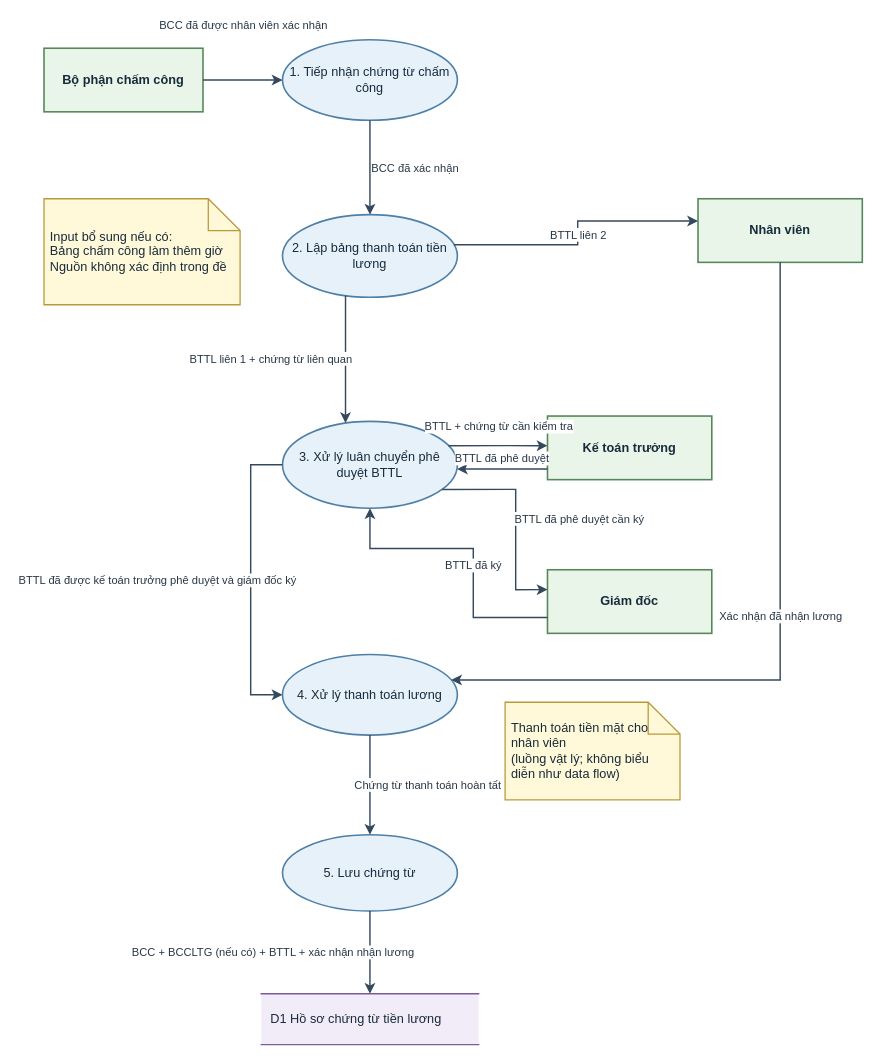
This is assets/drawio/03_payroll_payment_dfd.drawio from saigonbaddielover/thtrang, a draw.io file, before an edit. Source tidied: cells renumbered, new cells numbered last; positions are measured from the earlier drawing's top-left corner, leaving out a move shared by most shapes. Both pictures are drawn from the tidied source at 106%, with x=0, y=0 at pixel (43, 39).
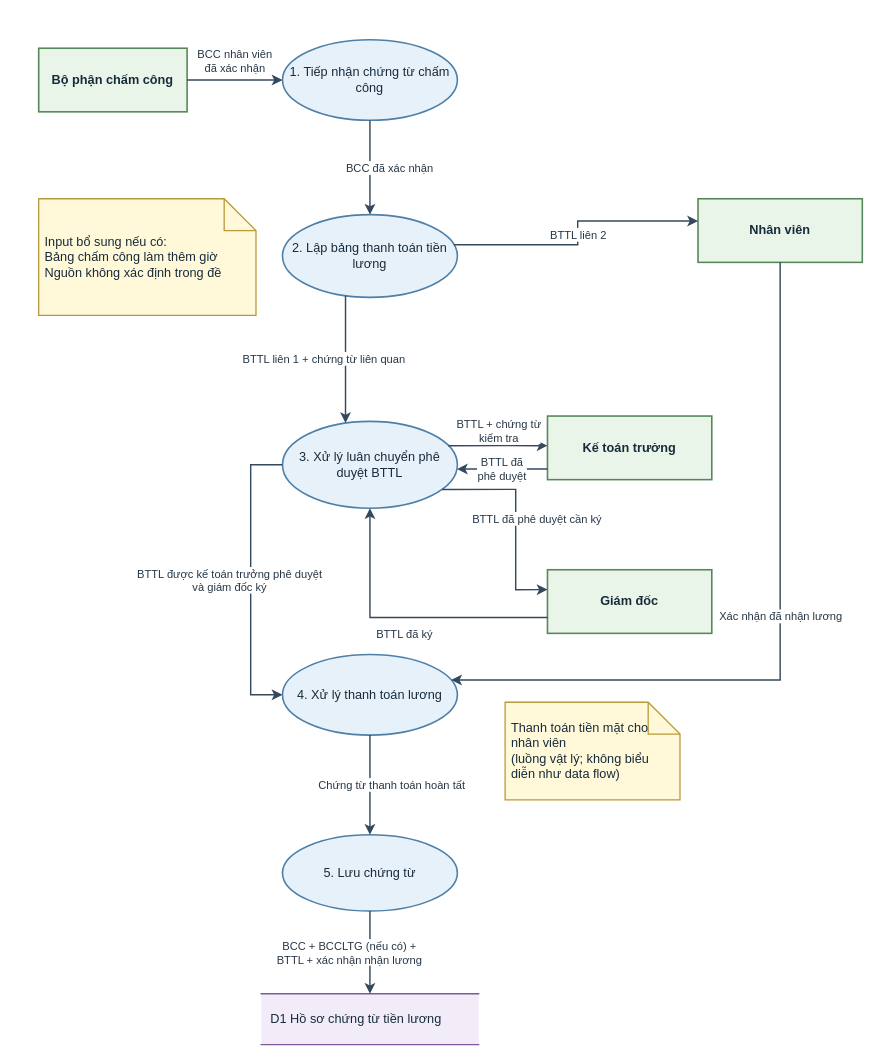
Above is the later version.

Unchanged cells that the change refers to:
```xml
<mxCell id="4" value="Kế toán trưởng" style="rounded=0;html=1;whiteSpace=wrap;fontFamily=Arial;align=center;verticalAlign=middle;fontColor=#172B3A; fontSize=11;fontStyle=1;spacing=5;fillColor=#EAF5EA;strokeColor=#56875B;strokeWidth=1.5;" parent="1" vertex="1">
  <mxGeometry x="475" y="355" width="155" height="60" as="geometry" />
</mxCell>
<mxCell id="5" value="Giám đốc" style="rounded=0;html=1;whiteSpace=wrap;fontFamily=Arial;align=center;verticalAlign=middle;fontColor=#172B3A; fontSize=11;fontStyle=1;spacing=5;fillColor=#EAF5EA;strokeColor=#56875B;strokeWidth=1.5;" parent="1" vertex="1">
  <mxGeometry x="475" y="500" width="155" height="60" as="geometry" />
</mxCell>
<mxCell id="6" value="1. Tiếp nhận chứng từ chấm công" style="shape=ellipse;perimeter=ellipsePerimeter;html=1;whiteSpace=wrap;fontFamily=Arial;align=center;verticalAlign=middle;fontColor=#172B3A; fontSize=11;spacing=5;fillColor=#E7F1FA;strokeColor=#4E7FA7;strokeWidth=1.5;" parent="1" vertex="1">
  <mxGeometry x="225" width="165" height="76" as="geometry" />
</mxCell>
<mxCell id="7" value="2. Lập bảng thanh toán tiền lương" style="shape=ellipse;perimeter=ellipsePerimeter;html=1;whiteSpace=wrap;fontFamily=Arial;align=center;verticalAlign=middle;fontColor=#172B3A; fontSize=11;spacing=5;fillColor=#E7F1FA;strokeColor=#4E7FA7;strokeWidth=1.5;" parent="1" vertex="1">
  <mxGeometry x="225" y="165" width="165" height="78" as="geometry" />
</mxCell>
<mxCell id="8" value="3. Xử lý luân chuyển phê duyệt BTTL" style="shape=ellipse;perimeter=ellipsePerimeter;html=1;whiteSpace=wrap;fontFamily=Arial;align=center;verticalAlign=middle;fontColor=#172B3A; fontSize=11;spacing=5;fillColor=#E7F1FA;strokeColor=#4E7FA7;strokeWidth=1.5;" parent="1" vertex="1">
  <mxGeometry x="225" y="360" width="165" height="82" as="geometry" />
</mxCell>
<mxCell id="9" value="4. Xử lý thanh toán lương" style="shape=ellipse;perimeter=ellipsePerimeter;html=1;whiteSpace=wrap;fontFamily=Arial;align=center;verticalAlign=middle;fontColor=#172B3A; fontSize=11;spacing=5;fillColor=#E7F1FA;strokeColor=#4E7FA7;strokeWidth=1.5;" parent="1" vertex="1">
  <mxGeometry x="225" y="580" width="165" height="76" as="geometry" />
</mxCell>
<mxCell id="10" value="5. Lưu chứng từ" style="shape=ellipse;perimeter=ellipsePerimeter;html=1;whiteSpace=wrap;fontFamily=Arial;align=center;verticalAlign=middle;fontColor=#172B3A; fontSize=11;spacing=5;fillColor=#E7F1FA;strokeColor=#4E7FA7;strokeWidth=1.5;" parent="1" vertex="1">
  <mxGeometry x="225" y="750" width="165" height="72" as="geometry" />
</mxCell>
<mxCell id="11" value="D1  Hồ sơ chứng từ tiền lương" style="shape=partialRectangle;right=0;left=0;html=1;whiteSpace=wrap;fontFamily=Arial;align=center;verticalAlign=middle;fontColor=#172B3A; fontSize=10.5;align=left;spacingLeft=7;spacingRight=4;fillColor=#F2ECF8;strokeColor=#7E5A9B;strokeWidth=1.4;" parent="1" vertex="1">
  <mxGeometry x="205" y="900" width="205" height="48" as="geometry" />
</mxCell>
```

The edit, as a diff of the source:
```diff
@@
     <mxCell id="2" value="Bộ phận chấm công" style="rounded=0;html=1;whiteSpace=wrap;fontFamily=Arial;align=center;verticalAlign=middle;fontColor=#172B3A; fontSize=11;fontStyle=1;spacing=5;fillColor=#EAF5EA;strokeColor=#56875B;strokeWidth=1.5;" parent="1" vertex="1">
-      <mxGeometry y="8" width="150" height="60" as="geometry" />
+      <mxGeometry x="-5" y="8" width="140" height="60" as="geometry" />
     </mxCell>
@@
     <mxCell id="12" value="Input bổ sung nếu có:&lt;br&gt;Bảng chấm công làm thêm giờ&lt;br&gt;Nguồn không xác định trong đề" style="shape=note;html=1;whiteSpace=wrap;fontFamily=Arial;align=center;verticalAlign=middle;fontColor=#172B3A; fontSize=10.5;align=left;spacing=6;fillColor=#FFF8D9;strokeColor=#B99A39;strokeWidth=1.2;" parent="1" vertex="1">
-      <mxGeometry y="150" width="185" height="100" as="geometry" />
+      <mxGeometry x="-5" y="150" width="205" height="110" as="geometry" />
     </mxCell>
@@
-    <mxCell id="14" value="BCC đã được nhân viên xác nhận" style="edgeStyle=orthogonalEdgeStyle;rounded=0;jettySize=auto;html=1;fontFamily=Arial;fontSize=10.5;fontColor=#273746;labelBackgroundColor=#FFFFFF;strokeColor=#34495E;strokeWidth=1.35;endArrow=classic;endFill=1;exitX=1;exitY=0.5;entryX=0;entryY=0.5;" parent="1" edge="1" source="2" target="6">
+    <mxCell id="14" value="BCC nhân viên&lt;br&gt;đã xác nhận" style="edgeStyle=orthogonalEdgeStyle;rounded=0;jettySize=auto;html=1;fontFamily=Arial;fontSize=10.5;fontColor=#273746;labelBackgroundColor=#FFFFFF;strokeColor=#34495E;strokeWidth=1.35;endArrow=classic;endFill=1;exitX=1;exitY=0.5;entryX=0;entryY=0.5;" parent="1" edge="1" source="2" target="6">
       <mxGeometry relative="1" as="geometry">
-        <mxPoint y="-52" as="offset" />
+        <mxPoint y="-18" as="offset" />
       </mxGeometry>
     </mxCell>
     <mxCell id="15" value="BCC đã xác nhận" style="edgeStyle=orthogonalEdgeStyle;rounded=0;jettySize=auto;html=1;fontFamily=Arial;fontSize=10.5;fontColor=#273746;labelBackgroundColor=#FFFFFF;strokeColor=#34495E;strokeWidth=1.35;endArrow=classic;endFill=1;exitX=0.5;exitY=1;entryX=0.5;entryY=0;" parent="1" edge="1" source="6" target="7">
       <mxGeometry relative="1" as="geometry">
-        <mxPoint x="42" as="offset" />
+        <mxPoint x="18" as="offset" />
       </mxGeometry>
     </mxCell>
@@
     <mxCell id="17" value="BTTL liên 1 + chứng từ liên quan" style="edgeStyle=orthogonalEdgeStyle;rounded=0;jettySize=auto;html=1;fontFamily=Arial;fontSize=10.5;fontColor=#273746;labelBackgroundColor=#FFFFFF;strokeColor=#34495E;strokeWidth=1.35;endArrow=classic;endFill=1;exitX=0.35;exitY=1;entryX=0.35;entryY=0;" parent="1" edge="1" source="7" target="8">
       <mxGeometry relative="1" as="geometry">
-        <mxPoint x="-70" as="offset" />
+        <mxPoint x="-20" as="offset" />
       </mxGeometry>
     </mxCell>
-    <mxCell id="18" value="BTTL + chứng từ cần kiểm tra" style="edgeStyle=orthogonalEdgeStyle;rounded=0;jettySize=auto;html=1;fontFamily=Arial;fontSize=10.5;fontColor=#273746;labelBackgroundColor=#FFFFFF;strokeColor=#34495E;strokeWidth=1.35;endArrow=classic;endFill=1;exitX=1;exitY=0.25;entryX=0;entryY=0.466;" parent="1" edge="1" source="8" target="4">
+    <mxCell id="18" value="BTTL + chứng từ&lt;br&gt;kiểm tra" style="edgeStyle=orthogonalEdgeStyle;rounded=0;jettySize=auto;html=1;fontFamily=Arial;fontSize=10.5;fontColor=#273746;labelBackgroundColor=#FFFFFF;strokeColor=#34495E;strokeWidth=1.35;endArrow=classic;endFill=1;exitX=1;exitY=0.25;entryX=0;entryY=0.466;" parent="1" edge="1" source="8" target="4">
       <mxGeometry relative="1" as="geometry">
-        <mxPoint y="-18" as="offset" />
+        <mxPoint y="-14" as="offset" />
       </mxGeometry>
     </mxCell>
-    <mxCell id="19" value="BTTL đã phê duyệt" style="edgeStyle=orthogonalEdgeStyle;rounded=0;jettySize=auto;html=1;fontFamily=Arial;fontSize=10.5;fontColor=#273746;labelBackgroundColor=#FFFFFF;strokeColor=#34495E;strokeWidth=1.35;endArrow=classic;endFill=1;exitX=0;exitY=0.833;entryX=1;entryY=0.549;" parent="1" edge="1" source="4" target="8">
-      <mxGeometry relative="1" as="geometry">
-        <mxPoint y="-10" as="offset" />
-      </mxGeometry>
+    <mxCell id="19" value="BTTL đã&lt;br&gt;phê duyệt" style="edgeStyle=orthogonalEdgeStyle;rounded=0;jettySize=auto;html=1;fontFamily=Arial;fontSize=10.5;fontColor=#273746;labelBackgroundColor=#FFFFFF;strokeColor=#34495E;strokeWidth=1.35;endArrow=classic;endFill=1;exitX=0;exitY=0.833;entryX=1;entryY=0.549;" parent="1" edge="1" source="4" target="8">
+      <mxGeometry relative="1" as="geometry" />
     </mxCell>
     <mxCell id="20" value="BTTL đã phê duyệt cần ký" style="edgeStyle=orthogonalEdgeStyle;rounded=0;jettySize=auto;html=1;fontFamily=Arial;fontSize=10.5;fontColor=#273746;labelBackgroundColor=#FFFFFF;strokeColor=#34495E;strokeWidth=1.35;endArrow=classic;endFill=1;exitX=1;exitY=0.85;entryX=0;entryY=0.3125;" parent="1" edge="1" source="8" target="5">
       <mxGeometry relative="1" as="geometry">
         <Array as="points">
           <mxPoint x="445" y="424.2" />
           <mxPoint x="445" y="518.8" />
         </Array>
-        <mxPoint x="60" as="offset" />
+        <mxPoint x="20" as="offset" />
       </mxGeometry>
     </mxCell>
     <mxCell id="21" value="BTTL đã ký" style="edgeStyle=orthogonalEdgeStyle;rounded=0;jettySize=auto;html=1;fontFamily=Arial;fontSize=10.5;fontColor=#273746;labelBackgroundColor=#FFFFFF;strokeColor=#34495E;strokeWidth=1.35;endArrow=classic;endFill=1;exitX=0;exitY=0.75;entryX=0.5;entryY=1;" parent="1" edge="1" source="5" target="8">
       <mxGeometry relative="1" as="geometry">
         <Array as="points">
-          <mxPoint x="405" y="545" />
-          <mxPoint x="405" y="480" />
-          <mxPoint x="307.5" y="480" />
+          <mxPoint x="307.5" y="545" />
         </Array>
         <mxPoint y="16" as="offset" />
       </mxGeometry>
     </mxCell>
-    <mxCell id="22" value="BTTL đã được kế toán trưởng phê duyệt và giám đốc ký" style="edgeStyle=orthogonalEdgeStyle;rounded=0;jettySize=auto;html=1;fontFamily=Arial;fontSize=10.5;fontColor=#273746;labelBackgroundColor=#FFFFFF;strokeColor=#34495E;strokeWidth=1.35;endArrow=classic;endFill=1;exitX=0;exitY=0.5;entryX=0;entryY=0.5;" parent="1" edge="1" source="8" target="9">
+    <mxCell id="22" value="BTTL được kế toán trưởng phê duyệt&lt;br&gt;và giám đốc ký" style="edgeStyle=orthogonalEdgeStyle;rounded=0;jettySize=auto;html=1;fontFamily=Arial;fontSize=10.5;fontColor=#273746;labelBackgroundColor=#FFFFFF;strokeColor=#34495E;strokeWidth=1.35;endArrow=classic;endFill=1;exitX=0;exitY=0.5;entryX=0;entryY=0.5;" parent="1" edge="1" source="8" target="9">
       <mxGeometry relative="1" as="geometry">
         <Array as="points">
           <mxPoint x="195" y="401" />
           <mxPoint x="195" y="618" />
         </Array>
-        <mxPoint x="-88" as="offset" />
+        <mxPoint x="-20" as="offset" />
       </mxGeometry>
     </mxCell>
@@
     <mxCell id="24" value="Chứng từ thanh toán hoàn tất" style="edgeStyle=orthogonalEdgeStyle;rounded=0;jettySize=auto;html=1;fontFamily=Arial;fontSize=10.5;fontColor=#273746;labelBackgroundColor=#FFFFFF;strokeColor=#34495E;strokeWidth=1.35;endArrow=classic;endFill=1;exitX=0.5;exitY=1;entryX=0.5;entryY=0;" parent="1" edge="1" source="9" target="10">
       <mxGeometry relative="1" as="geometry">
-        <mxPoint x="54" as="offset" />
+        <mxPoint x="20" as="offset" />
       </mxGeometry>
     </mxCell>
-    <mxCell id="25" value="BCC + BCCLTG (nếu có) + BTTL + xác nhận nhận lương" style="edgeStyle=orthogonalEdgeStyle;rounded=0;jettySize=auto;html=1;fontFamily=Arial;fontSize=10.5;fontColor=#273746;labelBackgroundColor=#FFFFFF;strokeColor=#34495E;strokeWidth=1.35;endArrow=classic;endFill=1;exitX=0.5;exitY=1;entryX=0.5;entryY=0;" parent="1" edge="1" source="10" target="11">
+    <mxCell id="25" value="BCC + BCCLTG (nếu có) +&lt;br&gt;BTTL + xác nhận nhận lương" style="edgeStyle=orthogonalEdgeStyle;rounded=0;jettySize=auto;html=1;fontFamily=Arial;fontSize=10.5;fontColor=#273746;labelBackgroundColor=#FFFFFF;strokeColor=#34495E;strokeWidth=1.35;endArrow=classic;endFill=1;exitX=0.5;exitY=1;entryX=0.5;entryY=0;" parent="1" edge="1" source="10" target="11">
       <mxGeometry relative="1" as="geometry">
-        <mxPoint x="-92" as="offset" />
+        <mxPoint x="-20" as="offset" />
       </mxGeometry>
     </mxCell>
```
